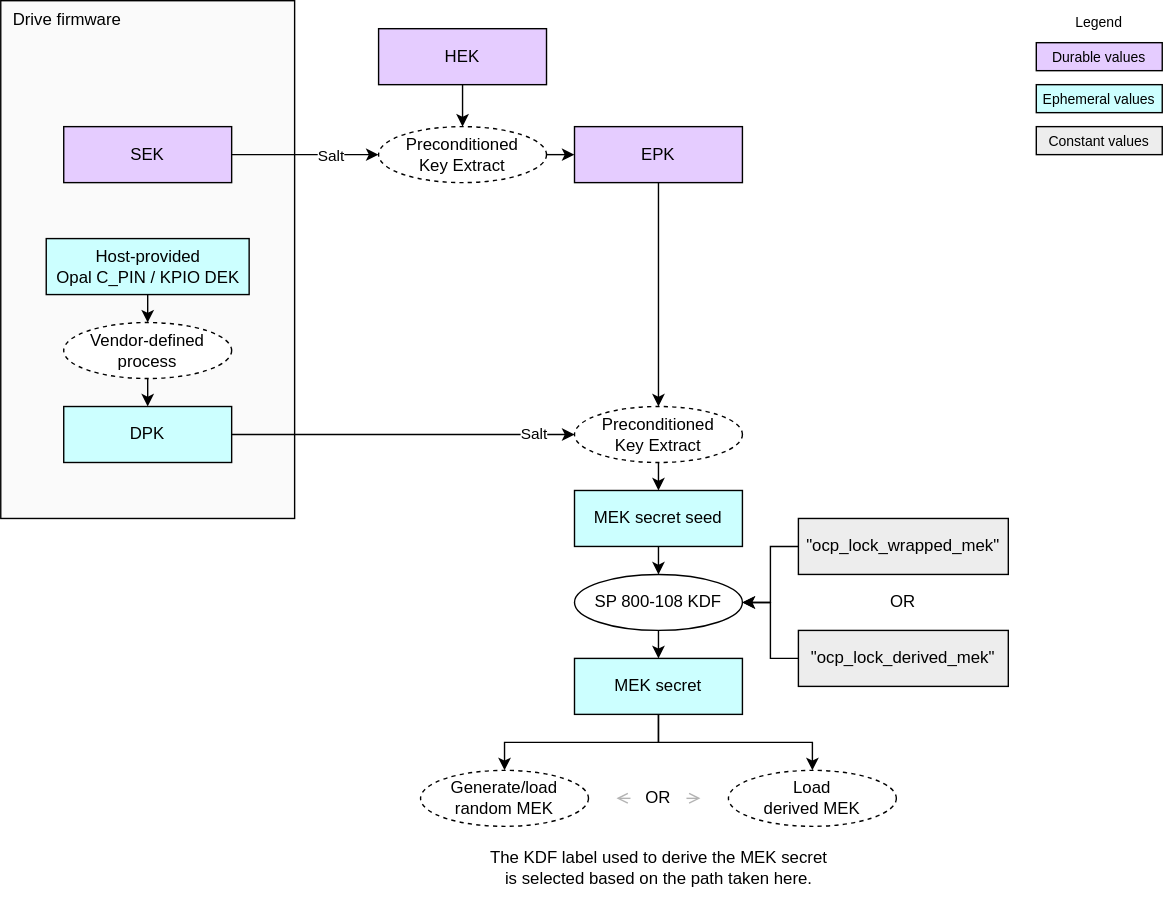
Earlier version of the draw.io export doc/ocp_lock/diagrams/mek_secret_derivation_no_mpks.drawio.svg (chipsalliance/Caliptra). Source tidied: cells renumbered, new cells last; positions are measured from the earlier drawing's top-left corner, leaving out a move shared by most shapes.
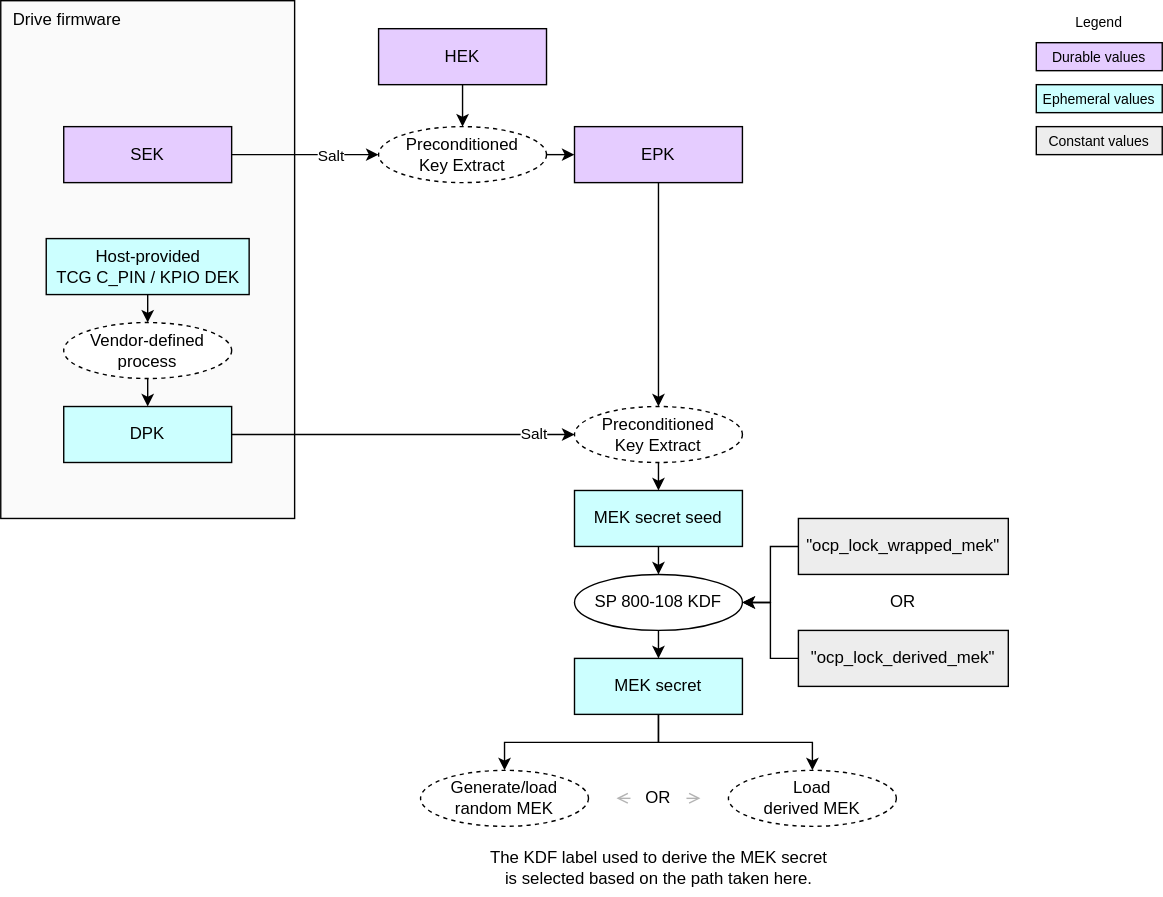
Above is the later version.

Commit message:
Rename "Opal C_PIN" to "TCG C_PIN". (#566)

Change to the diagram source:
```diff
@@ -59,7 +59,7 @@
     <mxCell id="17" style="edgeStyle=none;html=1;exitX=0.5;exitY=1;exitDx=0;exitDy=0;entryX=0.5;entryY=0;entryDx=0;entryDy=0;" parent="1" edge="1" source="18" target="16">
       <mxGeometry relative="1" as="geometry" />
     </mxCell>
-    <mxCell id="18" value="&lt;div&gt;&lt;font color=&quot;#000000&quot;&gt;Host-provided&lt;/font&gt;&lt;/div&gt;&lt;div&gt;&lt;font color=&quot;#000000&quot;&gt;Opal C_PIN / KPIO DEK&lt;/font&gt;&lt;/div&gt;" style="rounded=0;whiteSpace=wrap;html=1;align=center;verticalAlign=middle;shadow=0;glass=0;spacingLeft=0;spacingBottom=0;spacingTop=0;fillColor=#CCFFFF;" parent="1" vertex="1">
+    <mxCell id="18" value="&lt;div&gt;&lt;font color=&quot;#000000&quot;&gt;Host-provided&lt;/font&gt;&lt;/div&gt;&lt;div&gt;&lt;font color=&quot;#000000&quot;&gt;TCG C_PIN / KPIO DEK&lt;/font&gt;&lt;/div&gt;" style="rounded=0;whiteSpace=wrap;html=1;align=center;verticalAlign=middle;shadow=0;glass=0;spacingLeft=0;spacingBottom=0;spacingTop=0;fillColor=#CCFFFF;" parent="1" vertex="1">
       <mxGeometry x="32.5" y="170" width="145" height="40" as="geometry" />
     </mxCell>
     <mxCell id="19" style="edgeStyle=none;html=1;exitX=1;exitY=0.5;exitDx=0;exitDy=0;entryX=0;entryY=0.5;entryDx=0;entryDy=0;" parent="1" edge="1" source="20" target="22">
```
